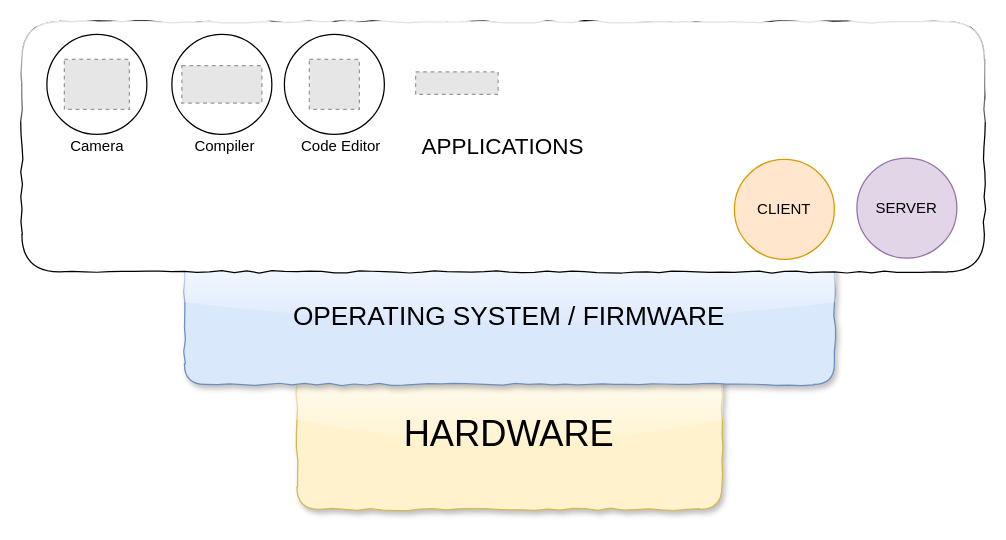
The draw.io diagram page "prgrammer's model" (2 of 2) of docs/imgs/draw.io.drawio in tejaswigowda/book.programmingthecloud.com, before the edit. Source tidied: cells renumbered, new cells numbered last; positions are measured from the earlier drawing's top-left corner, leaving out a move shared by most shapes. Both pictures are drawn from the tidied source at 125%, with x=0, y=0 at pixel (21, 21). Pictures stored in the file or linked from it are replaced by grey dashed boxes.
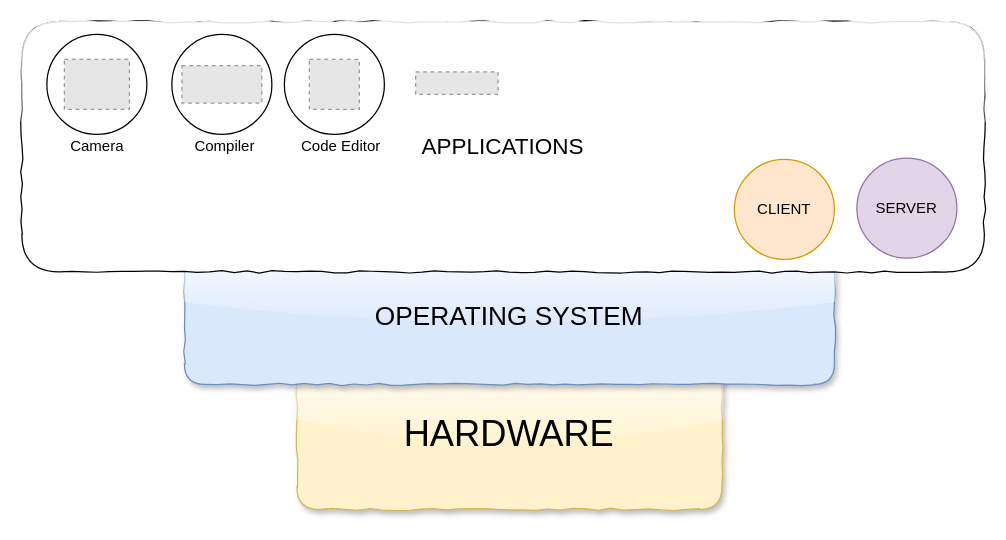
The same page after the edit.

The edit, as a diff of the source:
```diff
@@
 <mxGraphModel>
   <root>
     <mxCell id="0" />
     <mxCell id="1" parent="0" />
     <mxCell id="2" value="&lt;font style=&quot;font-size: 29px&quot;&gt;HARDWARE&lt;/font&gt;" style="rounded=1;whiteSpace=wrap;html=1;glass=1;shadow=1;comic=1;fillColor=#fff2cc;strokeColor=#d6b656;" parent="1" vertex="1">
       <mxGeometry x="220" y="270" width="340" height="120" as="geometry" />
     </mxCell>
-    <mxCell id="3" value="&lt;font style=&quot;font-size: 21px&quot;&gt;OPERATING SYSTEM / FIRMWARE&lt;/font&gt;" style="rounded=1;whiteSpace=wrap;html=1;glass=1;comic=1;shadow=1;fillColor=#dae8fc;strokeColor=#6c8ebf;" parent="1" vertex="1">
+    <mxCell id="3" value="&lt;font style=&quot;font-size: 21px&quot;&gt;OPERATING SYSTEM&lt;/font&gt;" style="rounded=1;whiteSpace=wrap;html=1;glass=1;comic=1;shadow=1;fillColor=#dae8fc;strokeColor=#6c8ebf;" parent="1" vertex="1">
       <mxGeometry x="130" y="180" width="520" height="110" as="geometry" />
     </mxCell>
     <mxCell id="4" value="&lt;font style=&quot;font-size: 18px&quot;&gt;APPLICATIONS&lt;/font&gt;" style="rounded=1;whiteSpace=wrap;html=1;glass=1;comic=1;" parent="1" vertex="1">
       <mxGeometry width="770" height="200" as="geometry" />
     </mxCell>
     <mxCell id="5" style="ellipse;whiteSpace=wrap;html=1;" parent="1" vertex="1">
       <mxGeometry x="20" y="10" width="80" height="80" as="geometry" />
     </mxCell>
     <mxCell id="6" style="ellipse;whiteSpace=wrap;html=1;" parent="1" vertex="1">
       <mxGeometry x="120" y="10" width="80" height="80" as="geometry" />
     </mxCell>
     <mxCell id="7" style="ellipse;whiteSpace=wrap;html=1;" parent="1" vertex="1">
       <mxGeometry x="210" y="10" width="80" height="80" as="geometry" />
     </mxCell>
     <mxCell id="8" style="fillColor=#E6E6E6;strokeColor=#999999;dashed=1;verticalLabelPosition=bottom;labelBackgroundColor=#ffffff;verticalAlign=top;" parent="1" vertex="1">
       <mxGeometry x="34" y="30" width="52" height="40" as="geometry" />
     </mxCell>
     <mxCell id="9" style="fillColor=#E6E6E6;strokeColor=#999999;dashed=1;verticalLabelPosition=bottom;labelBackgroundColor=#ffffff;verticalAlign=top;" parent="1" vertex="1">
       <mxGeometry x="230" y="30" width="40" height="40" as="geometry" />
     </mxCell>
     <mxCell id="10" style="fillColor=#E6E6E6;strokeColor=#999999;dashed=1;verticalLabelPosition=bottom;labelBackgroundColor=#ffffff;verticalAlign=top;" parent="1" vertex="1">
       <mxGeometry x="128" y="35" width="64" height="30" as="geometry" />
     </mxCell>
     <mxCell id="11" value="Compiler" style="text;html=1;align=center;verticalAlign=top;spacingTop=-4;" parent="1" vertex="1">
       <mxGeometry x="132" y="90" width="60" height="20" as="geometry" />
     </mxCell>
     <mxCell id="12" style="fillColor=#E6E6E6;strokeColor=#999999;dashed=1;verticalLabelPosition=bottom;labelBackgroundColor=#ffffff;verticalAlign=top;" parent="1" vertex="1">
       <mxGeometry x="315" y="40" width="66" height="18" as="geometry" />
     </mxCell>
     <mxCell id="13" value="Code Editor" style="text;html=1;align=center;verticalAlign=top;spacingTop=-4;" parent="1" vertex="1">
       <mxGeometry x="215" y="90" width="80" height="20" as="geometry" />
     </mxCell>
     <mxCell id="14" value="Camera" style="text;html=1;align=center;verticalAlign=top;spacingTop=-4;" parent="1" vertex="1">
       <mxGeometry x="30" y="90" width="60" height="20" as="geometry" />
     </mxCell>
     <mxCell id="15" value="CLIENT" style="ellipse;whiteSpace=wrap;html=1;fillColor=#ffe6cc;strokeColor=#d79b00;" parent="1" vertex="1">
       <mxGeometry x="570" y="110" width="80" height="80" as="geometry" />
     </mxCell>
     <mxCell id="16" value="SERVER" style="ellipse;whiteSpace=wrap;html=1;fillColor=#e1d5e7;strokeColor=#9673a6;" parent="1" vertex="1">
       <mxGeometry x="668" y="109" width="80" height="80" as="geometry" />
     </mxCell>
   </root>
 </mxGraphModel>
```
